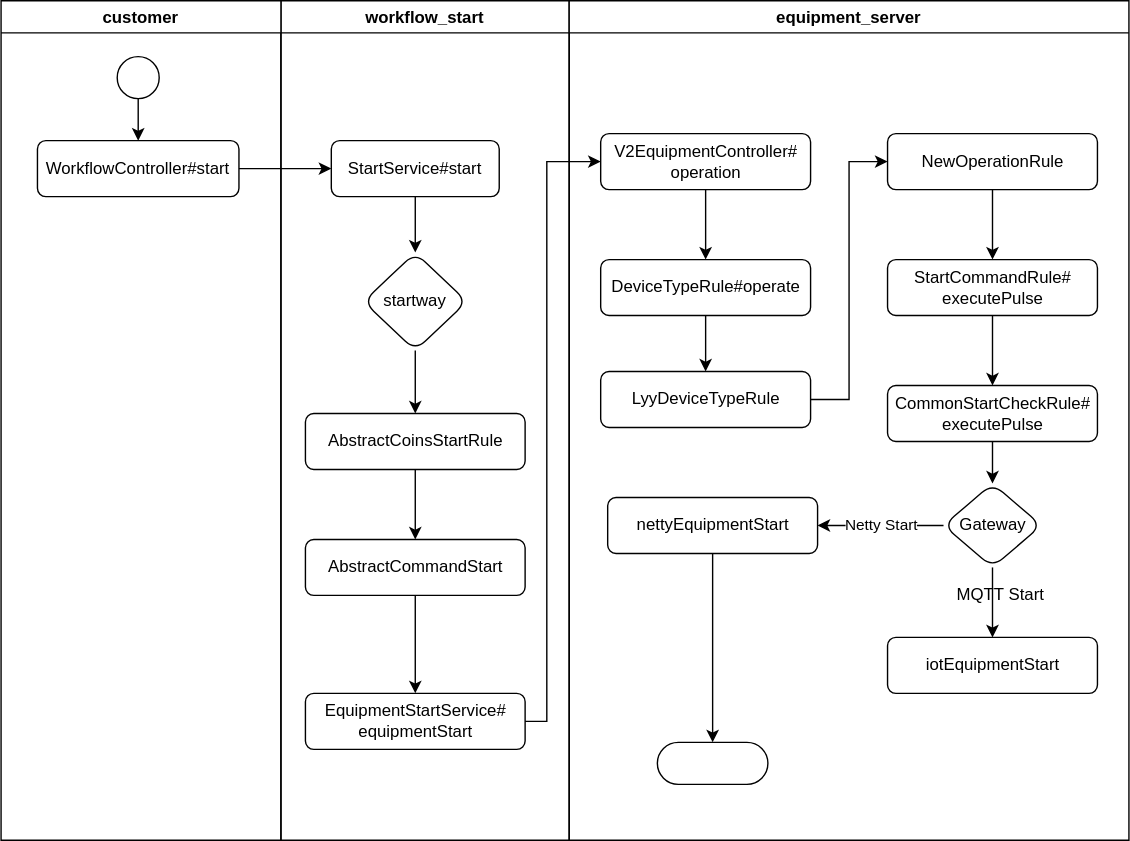
Earlier version of the draw.io export start flow.drawio.svg (jingwux/diagrams). Source tidied: cells renumbered, new cells last; positions are measured from the earlier drawing's top-left corner, leaving out a move shared by most shapes.
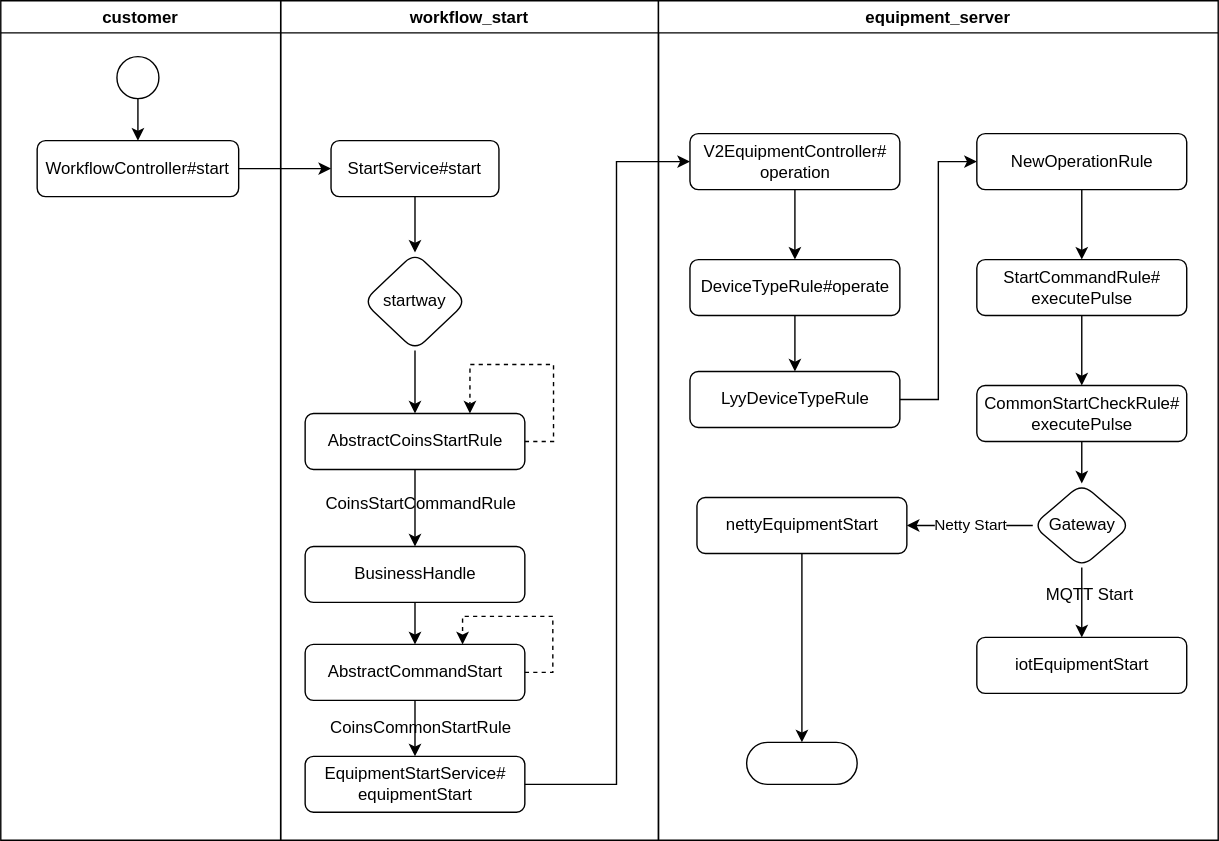
Later version of the same file.

Diff of the diagram source:
```diff
@@ -3,10 +3,10 @@
     <mxCell id="0" />
     <mxCell id="1" parent="0" />
     <mxCell id="2" style="group;flipH=1;flipV=1;" parent="1" vertex="1">
-      <mxGeometry width="806" height="600" as="geometry" />
+      <mxGeometry width="870" height="600" as="geometry" />
     </mxCell>
     <mxCell id="3" value="workflow_start" style="swimlane;labelBackgroundColor=default;" parent="2" vertex="1">
-      <mxGeometry x="200" width="206" height="600" as="geometry" />
+      <mxGeometry x="200" width="270" height="600" as="geometry" />
     </mxCell>
     <mxCell id="4" style="edgeStyle=orthogonalEdgeStyle;rounded=0;jettySize=auto;html=1;" parent="3" edge="1" source="5" target="7">
       <mxGeometry relative="1" as="geometry" />
@@ -20,9 +20,9 @@
     <mxCell id="7" value="startway" style="rhombus;whiteSpace=wrap;html=1;rounded=1;shadow=0;strokeWidth=1;glass=0;" parent="3" vertex="1">
       <mxGeometry x="59" y="180" width="74" height="70" as="geometry" />
     </mxCell>
-    <mxCell id="8" style="edgeStyle=orthogonalEdgeStyle;rounded=0;jettySize=auto;html=1;" parent="3" edge="1" source="9" target="11">
-      <mxGeometry relative="1" as="geometry" />
-    </mxCell>
+    <mxCell id="40" style="edgeStyle=orthogonalEdgeStyle;rounded=0;jettySize=auto;html=1;exitX=0.5;exitY=1;exitDx=0;exitDy=0;" parent="3" edge="1" source="9" target="42">
+      <mxGeometry relative="1" as="geometry" />
+    </mxCell>
     <mxCell id="9" value="AbstractCoinsStartRule" style="rounded=1;whiteSpace=wrap;html=1;fontSize=12;glass=0;strokeWidth=1;shadow=0;" parent="3" vertex="1">
       <mxGeometry x="17.5" y="295" width="157" height="40" as="geometry" />
     </mxCell>
@@ -30,11 +30,29 @@
       <mxGeometry relative="1" as="geometry" />
     </mxCell>
     <mxCell id="11" value="AbstractCommandStart" style="rounded=1;whiteSpace=wrap;html=1;fontSize=12;glass=0;strokeWidth=1;shadow=0;" parent="3" vertex="1">
-      <mxGeometry x="17.5" y="385" width="157" height="40" as="geometry" />
+      <mxGeometry x="17.5" y="460" width="157" height="40" as="geometry" />
     </mxCell>
     <mxCell id="12" value="EquipmentStartService#&lt;br&gt;equipmentStart" style="rounded=1;whiteSpace=wrap;html=1;fontSize=12;glass=0;strokeWidth=1;shadow=0;" parent="3" vertex="1">
-      <mxGeometry x="17.5" y="495" width="157" height="40" as="geometry" />
+      <mxGeometry x="17.5" y="540" width="157" height="40" as="geometry" />
     </mxCell>
+    <mxCell id="41" style="edgeStyle=orthogonalEdgeStyle;rounded=0;orthogonalLoop=1;jettySize=auto;html=1;exitX=1;exitY=0.5;exitDx=0;exitDy=0;entryX=0.75;entryY=0;entryDx=0;entryDy=0;dashed=1;" parent="3" edge="1" source="9" target="9">
+      <mxGeometry relative="1" as="geometry">
+        <Array as="points">
+          <mxPoint x="195" y="315" />
+          <mxPoint x="195" y="260" />
+          <mxPoint x="135" y="260" />
+        </Array>
+      </mxGeometry>
+    </mxCell>
+    <mxCell id="42" value="BusinessHandle" style="rounded=1;whiteSpace=wrap;html=1;fontSize=12;glass=0;strokeWidth=1;shadow=0;" parent="3" vertex="1">
+      <mxGeometry x="17.5" y="390" width="157" height="40" as="geometry" />
+    </mxCell>
+    <mxCell id="43" style="edgeStyle=orthogonalEdgeStyle;rounded=0;jettySize=auto;html=1;exitX=0.5;exitY=1;exitDx=0;exitDy=0;entryX=0.5;entryY=0;entryDx=0;entryDy=0;" parent="3" edge="1" source="42" target="11">
+      <mxGeometry relative="1" as="geometry" />
+    </mxCell>
+    <mxCell id="44" value="CoinsCommonStartRule" style="text;html=1;align=center;verticalAlign=middle;strokeColor=none;fillColor=none;" parent="3" vertex="1">
+      <mxGeometry x="24.5" y="510" width="150" height="20" as="geometry" />
+    </mxCell>
     <mxCell id="13" value="customer" style="swimlane;" parent="2" vertex="1">
       <mxGeometry width="200" height="600" as="geometry" />
     </mxCell>
@@ -55,7 +73,7 @@
       <mxGeometry relative="1" as="geometry" />
     </mxCell>
     <mxCell id="18" value="equipment_server" style="swimlane;" parent="2" vertex="1">
-      <mxGeometry x="406" width="400" height="600" as="geometry" />
+      <mxGeometry x="470" width="400" height="600" as="geometry" />
     </mxCell>
     <mxCell id="19" style="edgeStyle=orthogonalEdgeStyle;rounded=0;jettySize=auto;html=1;" parent="18" edge="1" source="20" target="22">
       <mxGeometry relative="1" as="geometry" />
@@ -120,10 +138,18 @@
     <mxCell id="39" style="edgeStyle=orthogonalEdgeStyle;rounded=0;jettySize=auto;html=1;exitX=1;exitY=0.5;exitDx=0;exitDy=0;entryX=0;entryY=0.5;entryDx=0;entryDy=0;" parent="2" edge="1" source="12" target="20">
       <mxGeometry relative="1" as="geometry">
         <Array as="points">
-          <mxPoint x="390" y="515" />
-          <mxPoint x="390" y="115" />
+          <mxPoint x="440" y="560" />
+          <mxPoint x="440" y="115" />
         </Array>
       </mxGeometry>
     </mxCell>
+    <mxCell id="45" value="CoinsStartCommandRule" style="text;html=1;align=center;verticalAlign=middle;strokeColor=none;fillColor=none;" parent="1" vertex="1">
+      <mxGeometry x="225" y="350" width="150" height="20" as="geometry" />
+    </mxCell>
+    <mxCell id="46" style="edgeStyle=orthogonalEdgeStyle;rounded=0;jettySize=auto;html=1;exitX=1;exitY=0.5;exitDx=0;exitDy=0;dashed=1;" parent="1" edge="1" source="11">
+      <mxGeometry relative="1" as="geometry">
+        <mxPoint x="330" y="460" as="targetPoint" />
+      </mxGeometry>
+    </mxCell>
   </root>
 </mxGraphModel>
```
